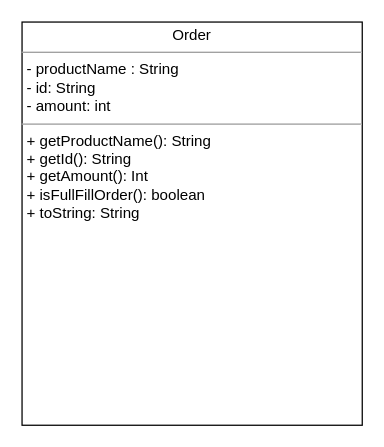
The draw.io diagram Class Diagrams/Physical/Order.drawio in qaalib101/ICS372GroupProject1, before the edit. Source tidied: cells renumbered, new cells numbered last; positions are measured from the earlier drawing's top-left corner, leaving out a move shared by most shapes. Both pictures are drawn from the tidied source at 126%, with x=0, y=0 at pixel (21, 21).
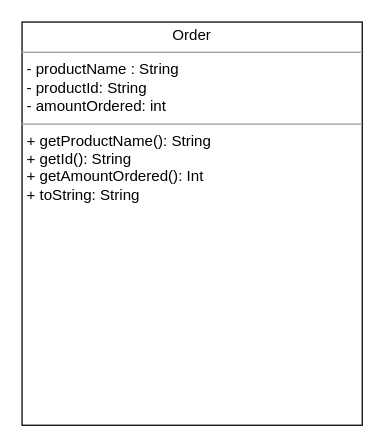
The same page after the edit.

Change to the diagram source:
```diff
@@
 <mxGraphModel>
   <root>
     <mxCell id="0" />
     <mxCell id="1" parent="0" />
-    <mxCell id="2" value="&lt;p style=&quot;margin: 0px ; margin-top: 4px ; text-align: center&quot;&gt;Order&lt;/p&gt;&lt;hr size=&quot;1&quot;&gt;&lt;p style=&quot;margin: 0px ; margin-left: 4px&quot;&gt;- productName : String&lt;br&gt;- id: String&lt;/p&gt;&lt;p style=&quot;margin: 0px ; margin-left: 4px&quot;&gt;- amount: int&lt;/p&gt;&lt;hr size=&quot;1&quot;&gt;&lt;p style=&quot;margin: 0px ; margin-left: 4px&quot;&gt;+ getProductName(): String&lt;br&gt;+ getId(): String&lt;/p&gt;&lt;p style=&quot;margin: 0px ; margin-left: 4px&quot;&gt;+ getAmount(): Int&lt;/p&gt;&lt;p style=&quot;margin: 0px ; margin-left: 4px&quot;&gt;+ isFullFillOrder(): boolean&lt;/p&gt;&lt;p style=&quot;margin: 0px ; margin-left: 4px&quot;&gt;+ toString: String&lt;/p&gt;" style="verticalAlign=top;align=left;overflow=fill;fontSize=12;fontFamily=Helvetica;html=1;" parent="1" vertex="1">
+    <mxCell id="2" value="&lt;p style=&quot;margin: 0px ; margin-top: 4px ; text-align: center&quot;&gt;Order&lt;/p&gt;&lt;hr size=&quot;1&quot;&gt;&lt;p style=&quot;margin: 0px ; margin-left: 4px&quot;&gt;- productName : String&lt;br&gt;- productId: String&lt;/p&gt;&lt;p style=&quot;margin: 0px ; margin-left: 4px&quot;&gt;- amountOrdered: int&lt;/p&gt;&lt;hr size=&quot;1&quot;&gt;&lt;p style=&quot;margin: 0px ; margin-left: 4px&quot;&gt;+ getProductName(): String&lt;br&gt;+ getId(): String&lt;/p&gt;&lt;p style=&quot;margin: 0px ; margin-left: 4px&quot;&gt;+ getAmountOrdered(): Int&lt;/p&gt;&lt;p style=&quot;margin: 0px ; margin-left: 4px&quot;&gt;&lt;span&gt;+ toString: String&lt;/span&gt;&lt;/p&gt;" style="verticalAlign=top;align=left;overflow=fill;fontSize=12;fontFamily=Helvetica;html=1;" parent="1" vertex="1">
       <mxGeometry width="270" height="320" as="geometry" />
     </mxCell>
   </root>
 </mxGraphModel>
```
